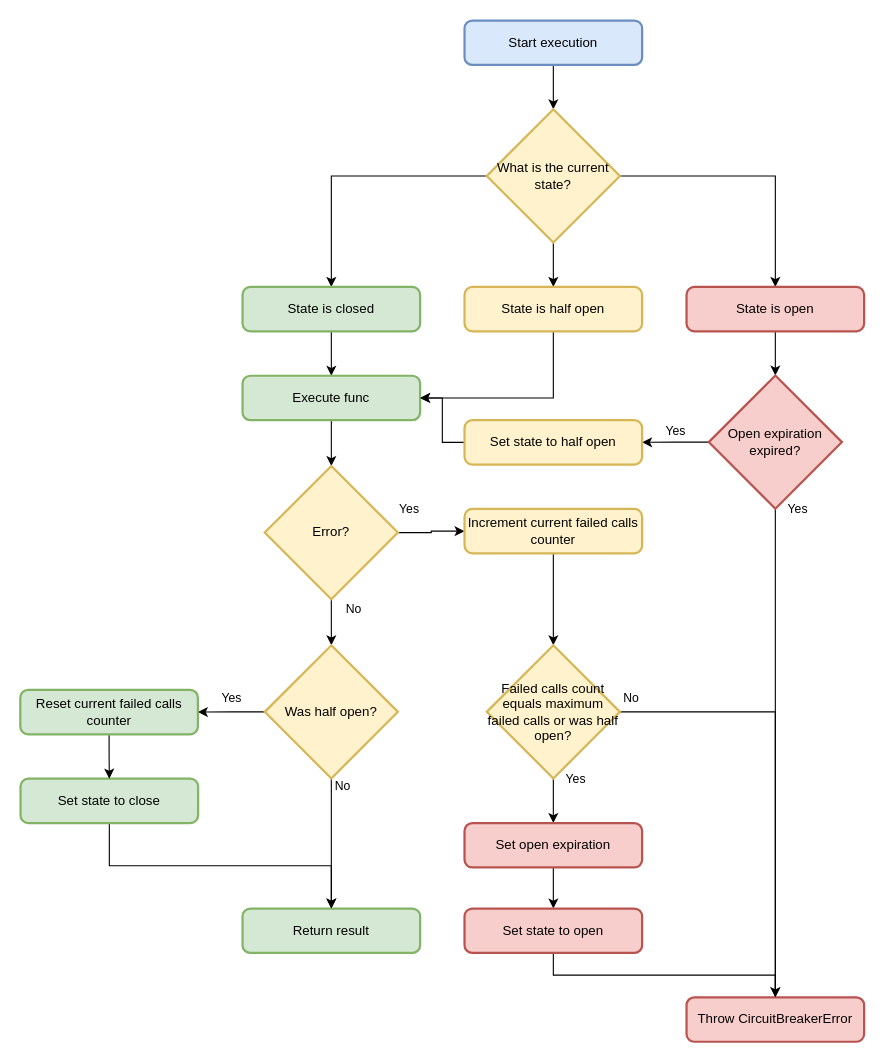
Earlier version of the draw.io diagram page "circuitbreaker" (5 of 5) of .media/diagrams.drawio (humppa123/resilience-typescript). Source tidied: cells renumbered, new cells numbered last; positions are measured from the earlier drawing's top-left corner, leaving out a move shared by most shapes. Both pictures are drawn from the tidied source at 111%, with x=0, y=0 at pixel (20, 20).
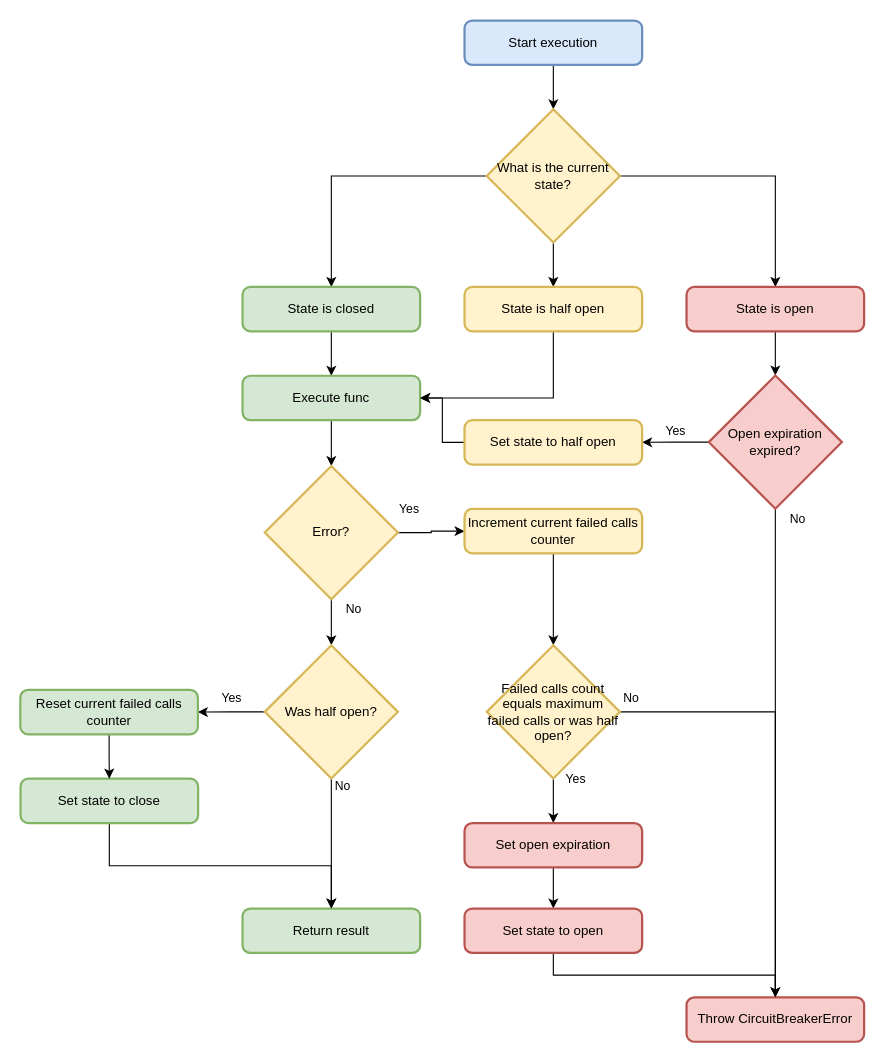
Above is the later version.

The change refers to these unchanged cells:
```xml
<mxCell id="36" value="Open expiration expired?" style="strokeWidth=2;html=1;shape=mxgraph.flowchart.decision;whiteSpace=wrap;fillColor=#f8cecc;strokeColor=#b85450;" parent="1" vertex="1">
  <mxGeometry x="620" y="319.8" width="120" height="120" as="geometry" />
</mxCell>
```

Diff of the diagram source:
```diff
@@
-    <mxCell id="35" value="Yes" style="edgeStyle=orthogonalEdgeStyle;rounded=0;jettySize=auto;html=1;exitX=0.5;exitY=1;exitDx=0;exitDy=0;exitPerimeter=0;" parent="1" edge="1" source="36">
-      <mxGeometry x="-1" y="20" relative="1" as="geometry">
+    <mxCell id="35" value="No" style="edgeStyle=orthogonalEdgeStyle;rounded=0;jettySize=auto;html=1;exitX=0.5;exitY=1;exitDx=0;exitDy=0;exitPerimeter=0;" parent="1" edge="1" source="36">
+      <mxGeometry x="-0.96" y="20" relative="1" as="geometry">
         <mxPoint x="680" y="892" as="targetPoint" />
       </mxGeometry>
     </mxCell>
```
